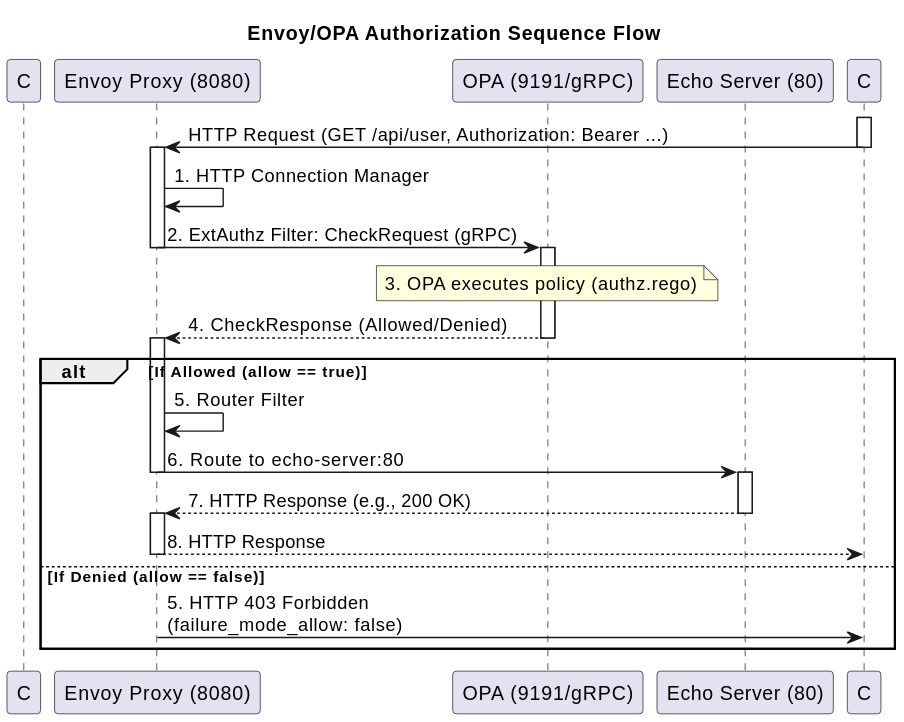
Above: out/assets/sequence/sequence.svg in kanywst/envoy-external-authorization-filter-simple (PlantUML), before the change. The source it was exported from:
```plantuml
@startuml
title Envoy/OPA Authorization Sequence Flow

participant C as Client
participant E as "Envoy Proxy (8080)"
participant O as "OPA (9191/gRPC)"
participant S as "Echo Server (80)"

activate C
C -> E: HTTP Request (GET /api/user, Authorization: Bearer ...)
deactivate C

activate E
E -> E: 1. HTTP Connection Manager

E -> O: 2. ExtAuthz Filter: CheckRequest (gRPC)
deactivate E

activate O
note over O: 3. OPA executes policy (authz.rego)
O --> E: 4. CheckResponse (Allowed/Denied)
deactivate O

activate E
alt If Allowed (allow == true)
    E -> E: 5. Router Filter
    E -> S: 6. Route to echo-server:80
    deactivate E

    activate S
    S --> E: 7. HTTP Response (e.g., 200 OK)
    deactivate S

    activate E
    E --> C: 8. HTTP Response
    deactivate E
else If Denied (allow == false)
    E -> C: 5. HTTP 403 Forbidden\n(failure_mode_allow: false)
    deactivate E
end
@enduml
```
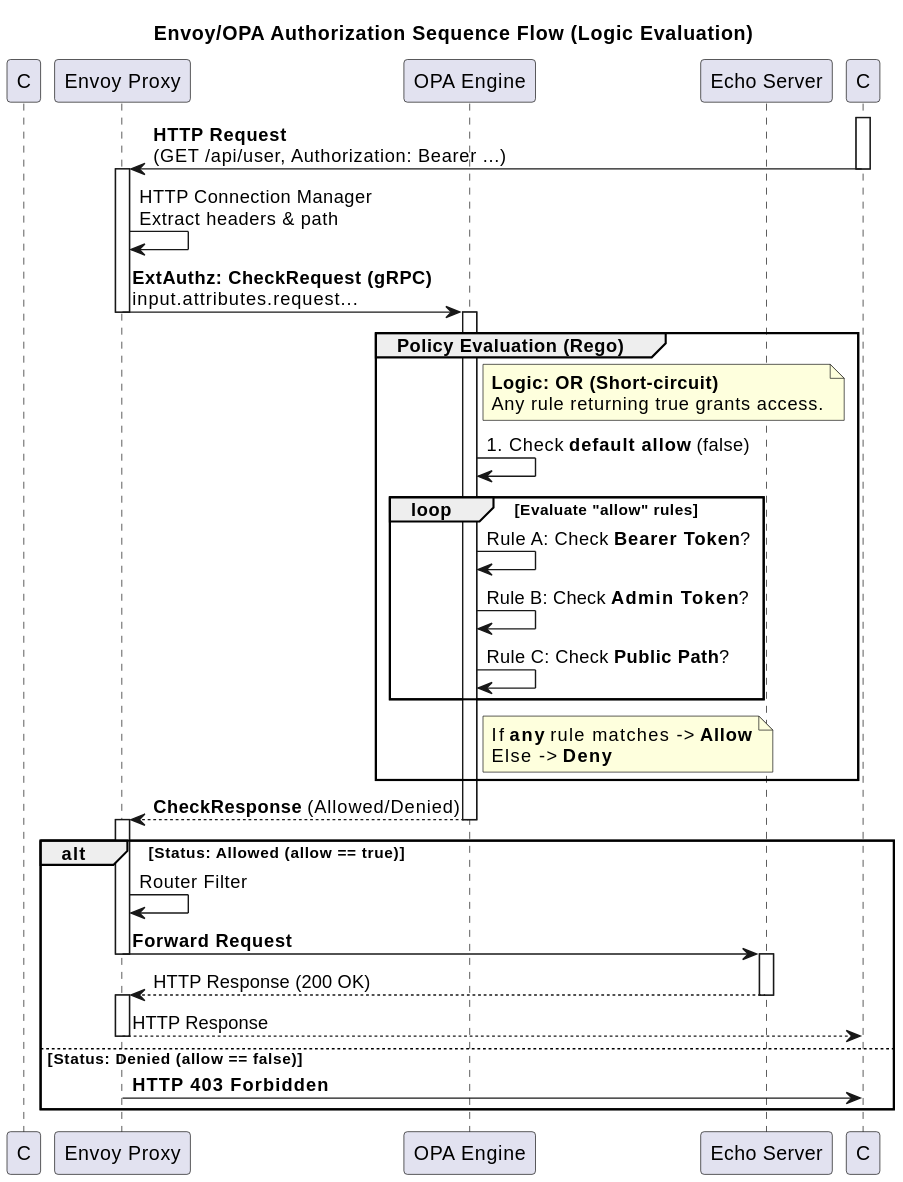
After the commit.

Diff of the diagram source:
```diff
@@ -1,41 +1,58 @@
 @startuml
-title Envoy/OPA Authorization Sequence Flow
+title Envoy/OPA Authorization Sequence Flow (Logic Evaluation)
 
 participant C as Client
-participant E as "Envoy Proxy (8080)"
-participant O as "OPA (9191/gRPC)"
-participant S as "Echo Server (80)"
+participant E as "Envoy Proxy"
+participant O as "OPA Engine"
+participant S as "Echo Server"
 
 activate C
-C -> E: HTTP Request (GET /api/user, Authorization: Bearer ...)
+C -> E: **HTTP Request**\n(GET /api/user, Authorization: Bearer ...)
 deactivate C
 
 activate E
-E -> E: 1. HTTP Connection Manager
+E -> E: HTTP Connection Manager\nExtract headers & path
 
-E -> O: 2. ExtAuthz Filter: CheckRequest (gRPC)
+E -> O: **ExtAuthz: CheckRequest (gRPC)**\ninput.attributes.request...
 deactivate E
 
 activate O
-note over O: 3. OPA executes policy (authz.rego)
-O --> E: 4. CheckResponse (Allowed/Denied)
+group Policy Evaluation (Rego)
+    note right of O
+        **Logic: OR (Short-circuit)**
+        Any rule returning true grants access.
+    end note
+
+    O -> O: 1. Check **default allow** (false)
+    loop Evaluate "allow" rules
+        O -> O: Rule A: Check **Bearer Token**?
+        O -> O: Rule B: Check **Admin Token**?
+        O -> O: Rule C: Check **Public Path**?
+    end
+    note right of O
+        If **any** rule matches -> **Allow**
+        Else -> **Deny**
+    end note
+end
+
+O --> E: **CheckResponse** (Allowed/Denied)
 deactivate O
 
 activate E
-alt If Allowed (allow == true)
-    E -> E: 5. Router Filter
-    E -> S: 6. Route to echo-server:80
+alt Status: Allowed (allow == true)
+    E -> E: Router Filter
+    E -> S: **Forward Request**
     deactivate E
 
     activate S
-    S --> E: 7. HTTP Response (e.g., 200 OK)
+    S --> E: HTTP Response (200 OK)
     deactivate S
 
     activate E
-    E --> C: 8. HTTP Response
+    E --> C: HTTP Response
     deactivate E
-else If Denied (allow == false)
-    E -> C: 5. HTTP 403 Forbidden\n(failure_mode_allow: false)
+else Status: Denied (allow == false)
+    E -> C: **HTTP 403 Forbidden**
     deactivate E
 end
 @enduml
```
